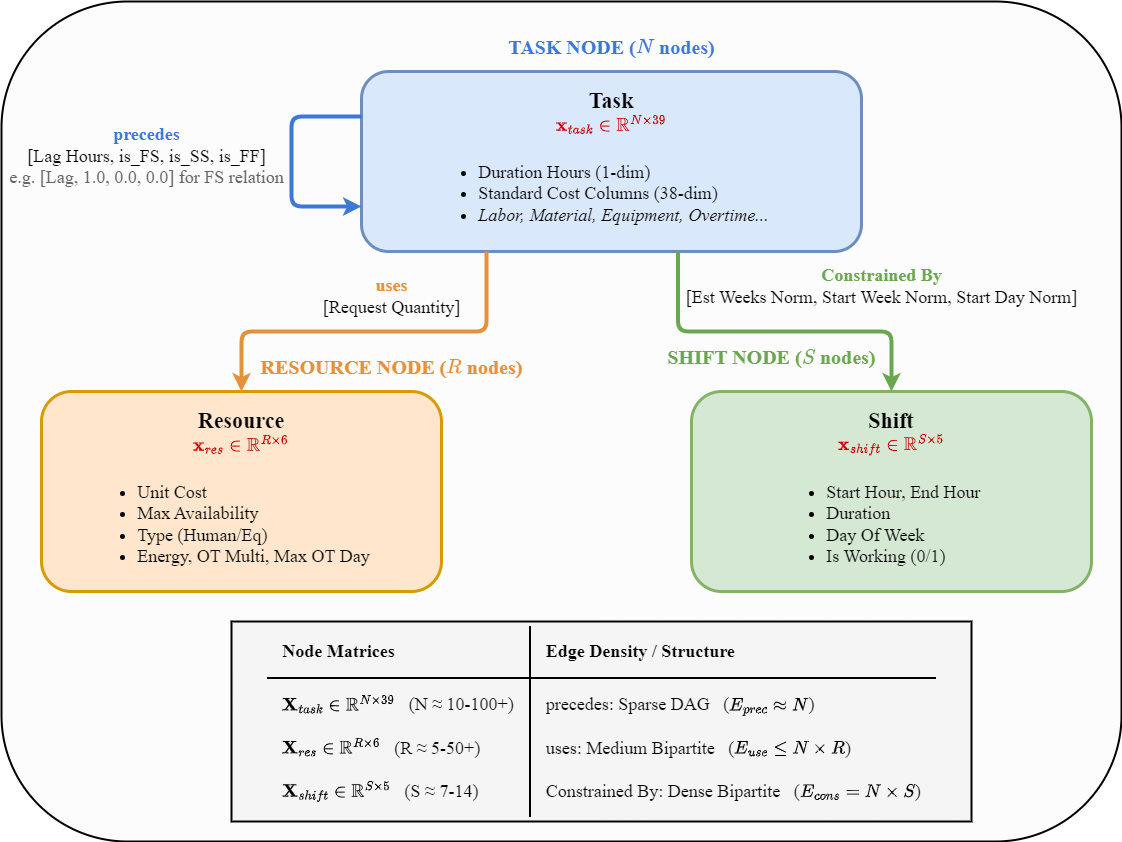
Earlier version of the draw.io export docs/baocao/img/fig3_heterograph_structure.drawio.png (ntduyit2023/Logistics-Project-Progress-Cost-Management). Source tidied: cells renumbered, new cells last; positions are measured from the earlier drawing's top-left corner, leaving out a move shared by most shapes.
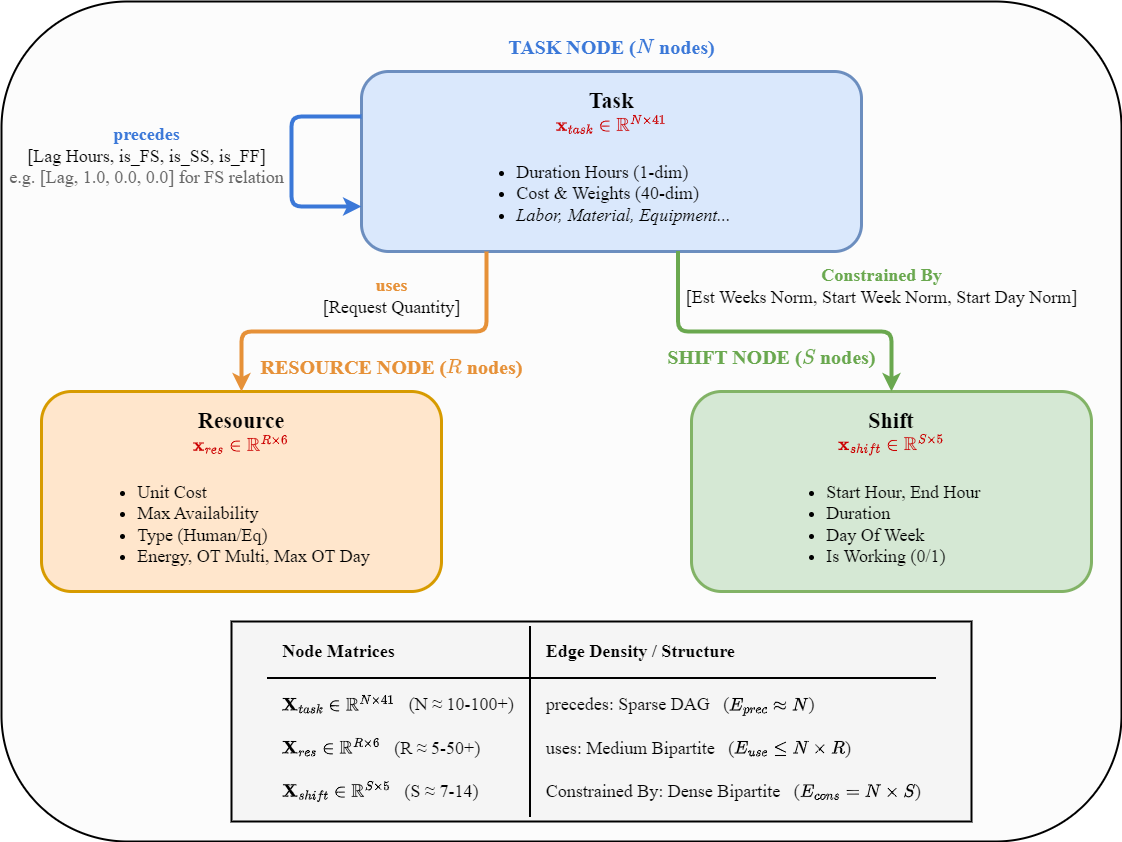
Above is the later version.

Commit message:
docs: add analysis documentation and presentation materials including figures and project pipeline slides

Change to the diagram source:
```diff
@@ -8,7 +8,7 @@
     <mxCell id="3" value="&lt;b style=&quot;color: rgb(59, 120, 216);&quot;&gt;TASK NODE (\(N\) nodes)&lt;/b&gt;" style="text;html=1;align=center;verticalAlign=middle;fontFamily=Times New Roman;fontSize=20;" parent="1" vertex="1">
       <mxGeometry x="460" y="30" width="300" height="30" as="geometry" />
     </mxCell>
-    <mxCell id="4" value="&lt;b&gt;&lt;font style=&quot;font-size: 22px;&quot;&gt;Task&lt;/font&gt;&lt;/b&gt;&lt;br&gt;&lt;b style=&quot;color: rgb(204, 0, 0);&quot;&gt;\(\mathbf{x}_{task} \in \mathbb{R}^{N \times 39}\)&lt;/b&gt;&lt;br&gt;&lt;br&gt;&lt;ul style=&quot;text-align: left; margin: 4px 0px; padding-left: 25px;&quot;&gt;&lt;li&gt;Duration Hours (1-dim)&lt;/li&gt;&lt;li&gt;Standard Cost Columns (38-dim)&lt;/li&gt;&lt;li&gt;&lt;i&gt;Labor, Material, Equipment, Overtime...&lt;/i&gt;&lt;/li&gt;&lt;/ul&gt;" style="rounded=1;whiteSpace=wrap;html=1;fillColor=#dae8fc;strokeColor=#6c8ebf;strokeWidth=3;fontFamily=Times New Roman;align=center;verticalAlign=top;spacingTop=10;fontSize=18;" parent="1" vertex="1">
+    <mxCell id="4" value="&lt;b&gt;&lt;font style=&quot;font-size: 22px;&quot;&gt;Task&lt;/font&gt;&lt;/b&gt;&lt;br&gt;&lt;b style=&quot;color: rgb(204, 0, 0);&quot;&gt;\(\mathbf{x}_{task} \in \mathbb{R}^{N \times 41}\)&lt;/b&gt;&lt;br&gt;&lt;br&gt;&lt;ul style=&quot;text-align: left; margin: 4px 0px; padding-left: 25px;&quot;&gt;&lt;li&gt;Duration Hours (1-dim)&lt;/li&gt;&lt;li&gt;Cost &amp;amp; Weights (40-dim)&lt;/li&gt;&lt;li&gt;&lt;i&gt;Labor, Material, Equipment...&lt;/i&gt;&lt;/li&gt;&lt;/ul&gt;" style="rounded=1;whiteSpace=wrap;html=1;fillColor=#dae8fc;strokeColor=#6c8ebf;strokeWidth=3;fontFamily=Times New Roman;align=center;verticalAlign=top;spacingTop=10;fontSize=18;" parent="1" vertex="1">
       <mxGeometry x="360" y="70" width="500" height="180" as="geometry" />
     </mxCell>
     <mxCell id="5" style="edgeStyle=orthogonalEdgeStyle;rounded=1;html=1;strokeColor=#3b78d8;strokeWidth=4;endArrow=classic;exitX=0;exitY=0.25;exitDx=0;exitDy=0;entryX=0;entryY=0.75;entryDx=0;entryDy=0;fontSize=18;fontFamily=Times New Roman;" parent="1" edge="1" source="4" target="4">
@@ -62,7 +62,7 @@
     <mxCell id="16" style="rounded=0;whiteSpace=wrap;html=1;fillColor=#f5f5f5;strokeColor=#000000;strokeWidth=2;fontSize=18;fontFamily=Times New Roman;" parent="15" vertex="1">
       <mxGeometry width="740" height="200" as="geometry" />
     </mxCell>
-    <mxCell id="17" value="&lt;table style=&quot;text-align: left; border-collapse: collapse;&quot; width=&quot;100%&quot;&gt;&lt;tbody&gt;&lt;tr style=&quot;border-bottom: 2px solid #000;&quot;&gt;&lt;th style=&quot;padding: 15px; width: 45%; border-right: 2px solid #000;&quot;&gt;&lt;b&gt;Node Matrices&lt;/b&gt;&lt;/th&gt;&lt;th style=&quot;padding: 15px; width: 55%;&quot;&gt;&lt;b&gt;Edge Density / Structure&lt;/b&gt;&lt;/th&gt;&lt;/tr&gt;&lt;tr&gt;&lt;td style=&quot;padding: 15px; border-right: 2px solid #000; white-space: nowrap;&quot;&gt;\(\mathbf{X}_{task} \in \mathbb{R}^{N \times 39}\) &amp;nbsp; (N ≈ 10-100+)&lt;br&gt;&lt;br&gt;\(\mathbf{X}_{res} \in \mathbb{R}^{R \times 6}\) &amp;nbsp; (R ≈ 5-50+)&lt;br&gt;&lt;br&gt;\(\mathbf{X}_{shift} \in \mathbb{R}^{S \times 5}\) &amp;nbsp; (S ≈ 7-14)&lt;/td&gt;&lt;td style=&quot;padding: 15px; white-space: nowrap;&quot;&gt;precedes: Sparse DAG &amp;nbsp; (\(E_{prec} \approx N\))&lt;br&gt;&lt;br&gt;uses: Medium Bipartite &amp;nbsp; (\(E_{use} \leq N \times R\))&lt;br&gt;&lt;br&gt;Constrained By: Dense Bipartite &amp;nbsp; (\(E_{cons} = N \times S\))&lt;/td&gt;&lt;/tr&gt;&lt;/tbody&gt;&lt;/table&gt;" style="text;html=1;align=center;verticalAlign=middle;fontFamily=Times New Roman;fontSize=18;" parent="15" vertex="1">
+    <mxCell id="17" value="&lt;table style=&quot;text-align: left; border-collapse: collapse;&quot; width=&quot;100%&quot;&gt;&lt;tbody&gt;&lt;tr style=&quot;border-bottom: 2px solid #000;&quot;&gt;&lt;th style=&quot;padding: 15px; width: 45%; border-right: 2px solid #000;&quot;&gt;&lt;b&gt;Node Matrices&lt;/b&gt;&lt;/th&gt;&lt;th style=&quot;padding: 15px; width: 55%;&quot;&gt;&lt;b&gt;Edge Density / Structure&lt;/b&gt;&lt;/th&gt;&lt;/tr&gt;&lt;tr&gt;&lt;td style=&quot;padding: 15px; border-right: 2px solid #000; white-space: nowrap;&quot;&gt;\(\mathbf{X}_{task} \in \mathbb{R}^{N \times 41}\) &amp;nbsp; (N ≈ 10-100+)&lt;br&gt;&lt;br&gt;\(\mathbf{X}_{res} \in \mathbb{R}^{R \times 6}\) &amp;nbsp; (R ≈ 5-50+)&lt;br&gt;&lt;br&gt;\(\mathbf{X}_{shift} \in \mathbb{R}^{S \times 5}\) &amp;nbsp; (S ≈ 7-14)&lt;/td&gt;&lt;td style=&quot;padding: 15px; white-space: nowrap;&quot;&gt;precedes: Sparse DAG &amp;nbsp; (\(E_{prec} \approx N\))&lt;br&gt;&lt;br&gt;uses: Medium Bipartite &amp;nbsp; (\(E_{use} \leq N \times R\))&lt;br&gt;&lt;br&gt;Constrained By: Dense Bipartite &amp;nbsp; (\(E_{cons} = N \times S\))&lt;/td&gt;&lt;/tr&gt;&lt;/tbody&gt;&lt;/table&gt;" style="text;html=1;align=center;verticalAlign=middle;fontFamily=Times New Roman;fontSize=18;" parent="15" vertex="1">
       <mxGeometry width="740" height="200" as="geometry" />
     </mxCell>
   </root>
```
